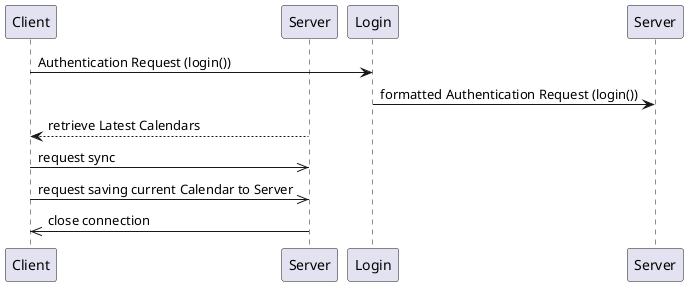
Before: uml.png, a diagram exported from PlantUML (osakaruhub/Tasker). Source of this version:
```plantuml
@startuml

skinparam Shadowing false

participant Client as C
participant Server as S
participant Login as auth

C -> auth: Authentication Request (login())
auth -> Server: formatted Authentication Request (login())
S --> C: retrieve Latest Calendars
C ->> S: request sync
C ->> S: request saving current Calendar to Server
S ->> C: close connection

@enduml
```
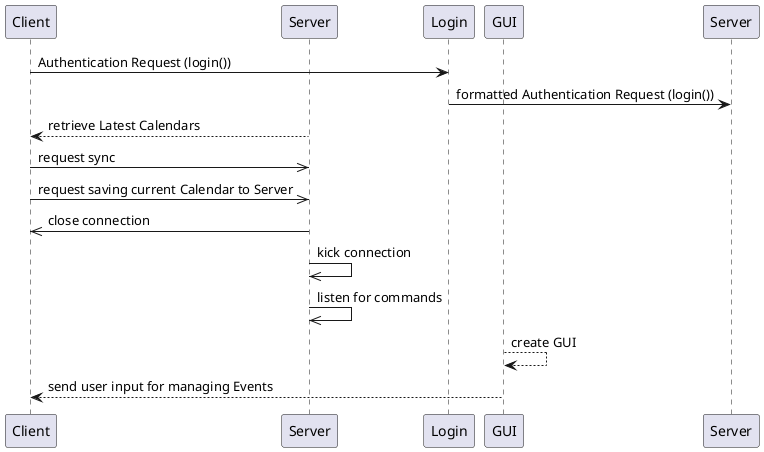
After the commit.

Commit message:
updated UML for GUI and Client

The edit, as a diff of the source:
```diff
@@ -5,6 +5,7 @@
 participant Client as C
 participant Server as S
 participant Login as auth
+participant GUI as G
 
 C -> auth: Authentication Request (login())
 auth -> Server: formatted Authentication Request (login())
@@ -12,5 +13,9 @@
 C ->> S: request sync
 C ->> S: request saving current Calendar to Server
 S ->> C: close connection
+S ->> S: kick connection
+S ->> S: listen for commands
+G --> G: create GUI
+G --> C: send user input for managing Events
 
 @enduml
```
